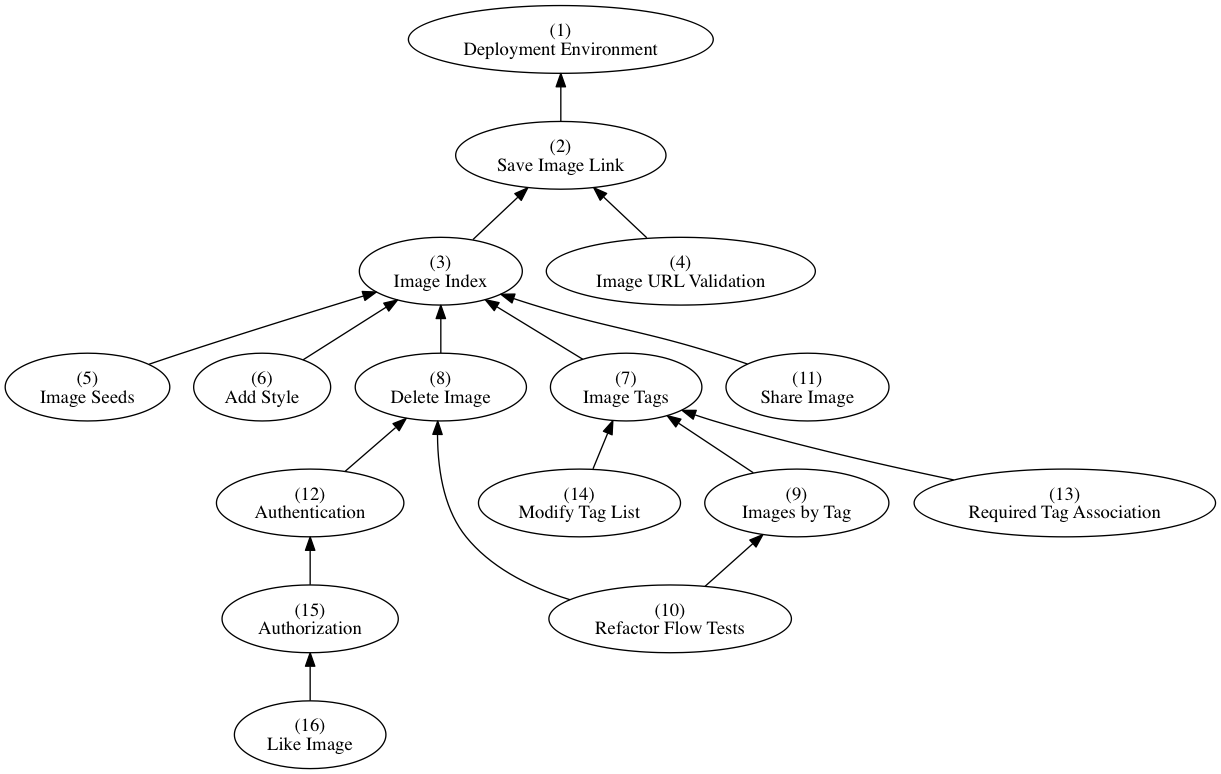
Above: dependencies.png in AppFolioOnboarding/tasks (Graphviz), before the change. Its source is kept beside it as dependencies.dot.
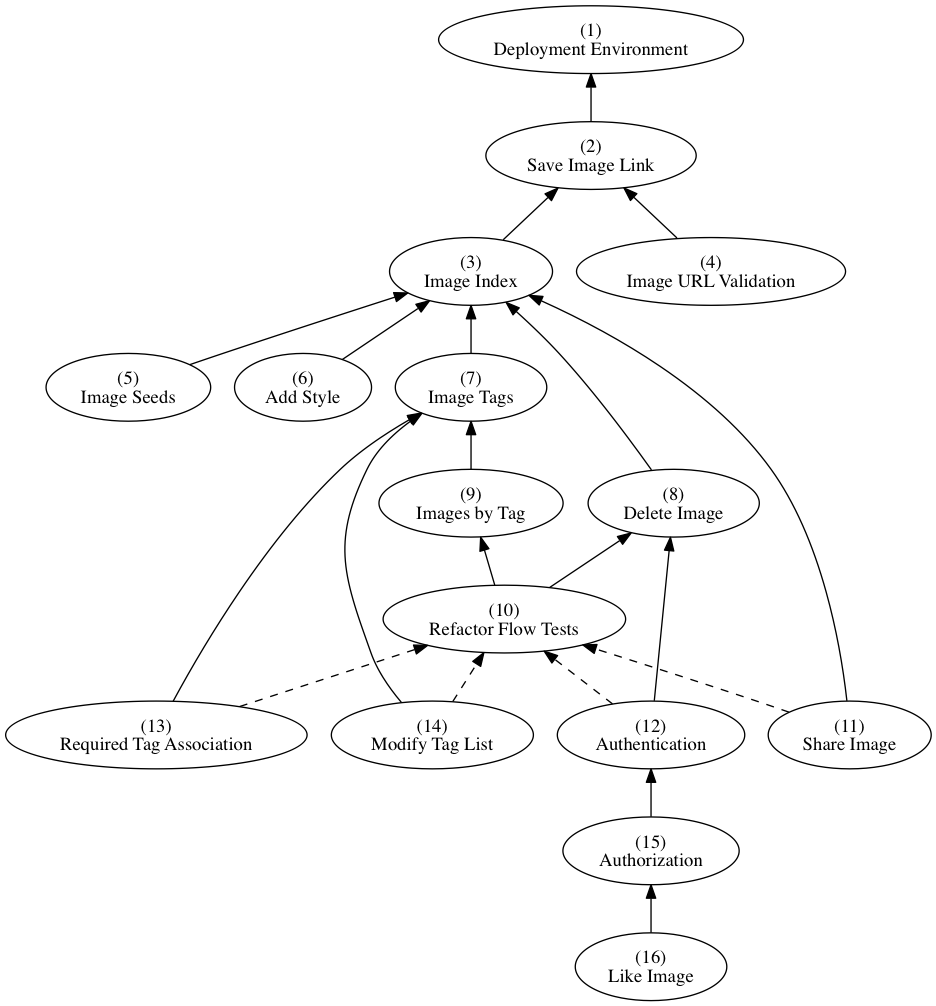
Above is the later version.

Commit message:
Update issues 11-14 to have a dependency on Refactor Flow Tests

The edit, as a diff of the source:
```diff
@@ -20,6 +20,7 @@
 
   "Add Style" -> "Image Index"
   "Authentication" -> "Delete Image"
+  "Authentication" -> "Refactor Flow Tests" [style=dashed]
   "Authorization" -> "Authentication"
   "Delete Image" -> "Image Index"
   "Like Image" -> "Authorization"
@@ -29,9 +30,12 @@
   "Image URL Validation" -> "Save Image Link"
   "Images by Tag" -> "Image Tags"
   "Modify Tag List" -> "Image Tags"
+  "Modify Tag List" -> "Refactor Flow Tests" [style=dashed]
   "Refactor Flow Tests" -> "Delete Image"
   "Refactor Flow Tests" -> "Images by Tag"
   "Required Tag Association" -> "Image Tags"
+  "Required Tag Association" -> "Refactor Flow Tests" [style=dashed]
   "Save Image Link" -> "Deployment Environment"
   "Share Image" -> "Image Index"
+  "Share Image" -> "Refactor Flow Tests" [style=dashed]
 }
```
